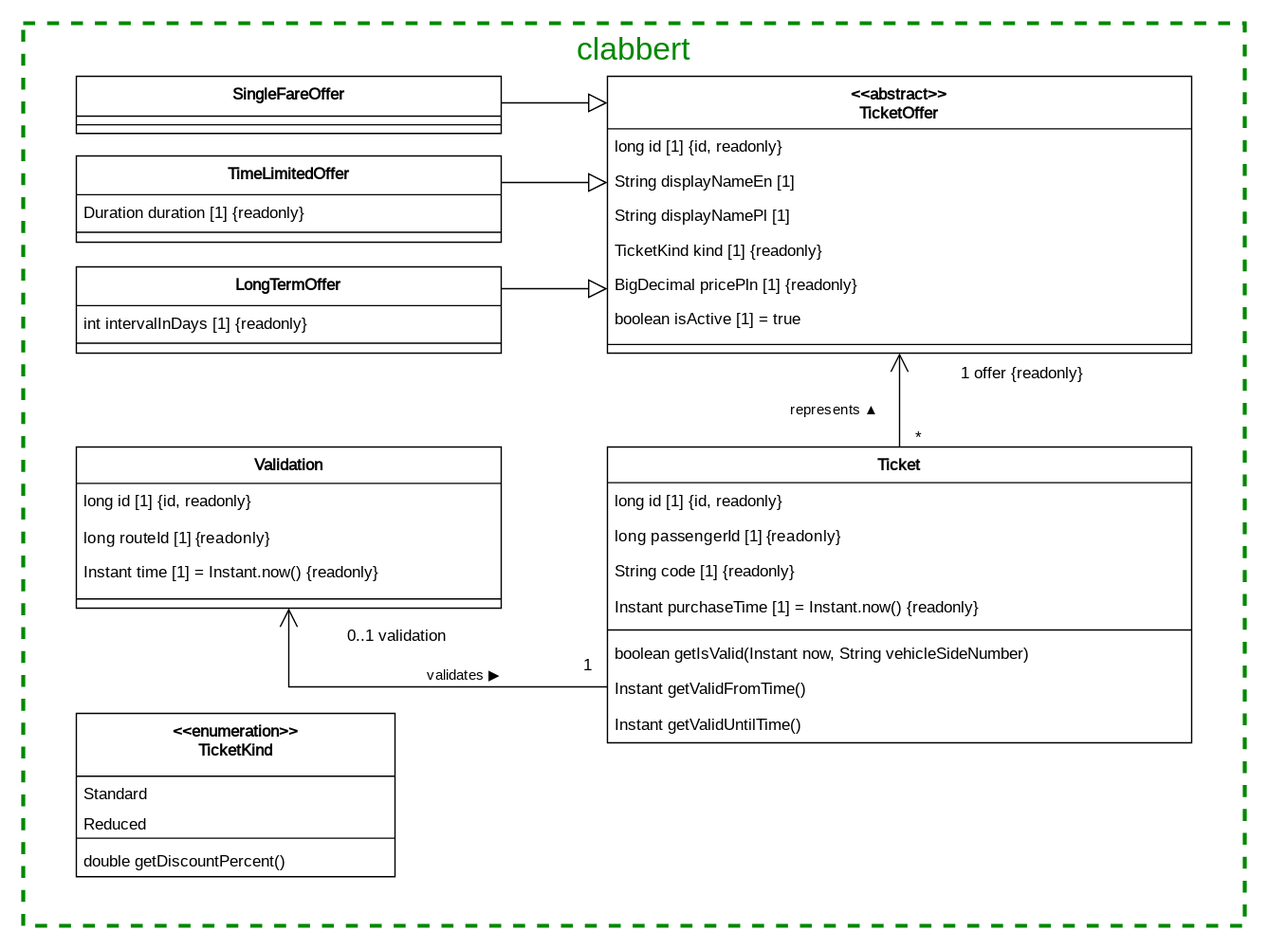
Earlier version of the draw.io export documentation/course/e2/images/class-diagram-clabbert.drawio.svg (PWR-ACS-SE-24/SoftwareSystemDesign). Source tidied: cells renumbered, new cells last; positions are measured from the earlier drawing's top-left corner, leaving out a move shared by most shapes.
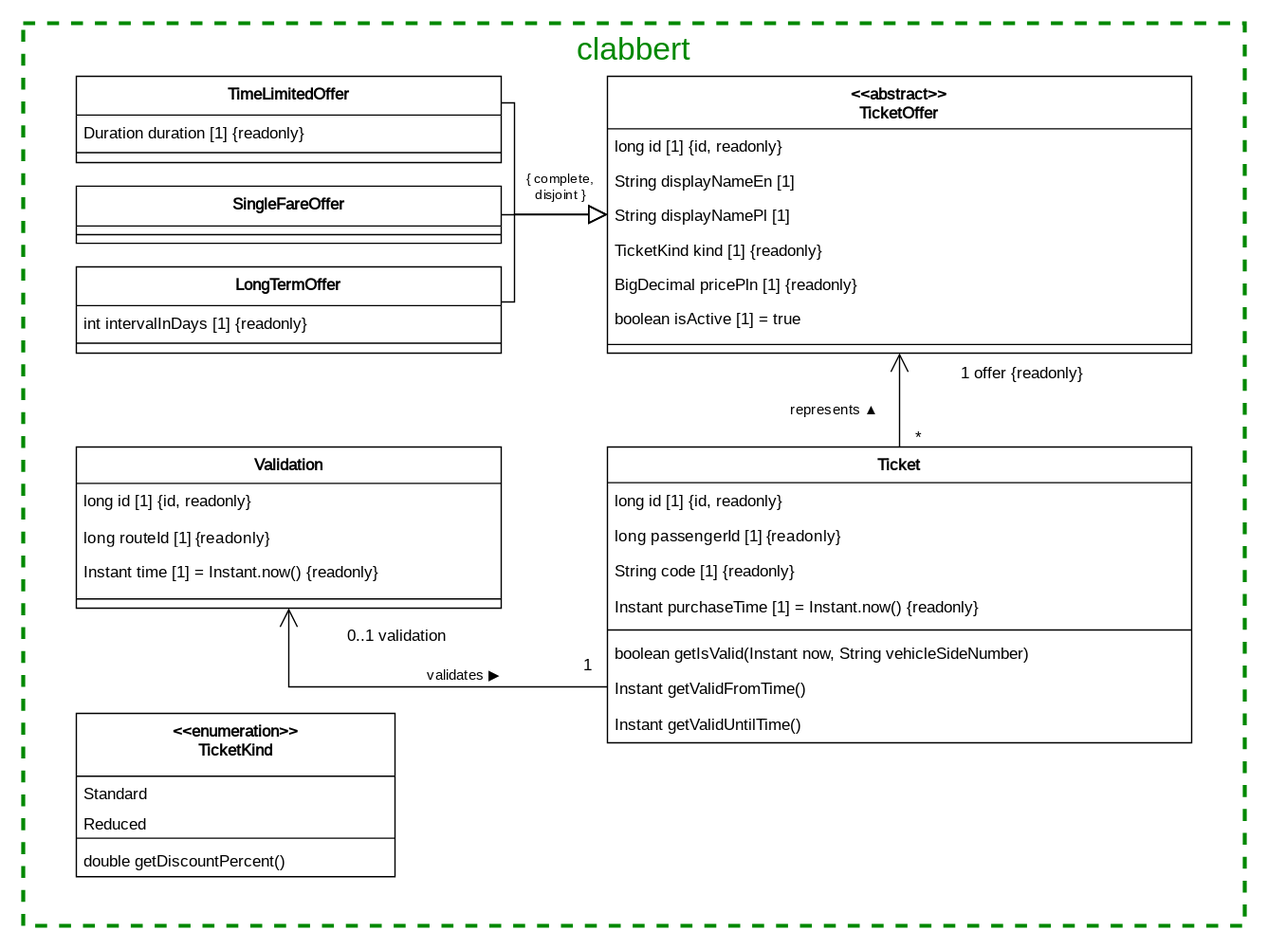
Above is the later version.

Change to the diagram source:
```diff
@@ -8,8 +8,8 @@
     <mxCell id="3" style="edgeStyle=orthogonalEdgeStyle;rounded=0;jettySize=auto;html=1;endArrow=block;endFill=0;endSize=12;" parent="1" edge="1" source="4" target="23">
       <mxGeometry relative="1" as="geometry">
         <Array as="points">
-          <mxPoint x="400" y="200" />
-          <mxPoint x="400" y="200" />
+          <mxPoint x="370" y="210" />
+          <mxPoint x="370" y="144" />
         </Array>
       </mxGeometry>
     </mxCell>
@@ -25,13 +25,13 @@
     <mxCell id="7" style="edgeStyle=orthogonalEdgeStyle;rounded=0;jettySize=auto;html=1;endArrow=block;endFill=0;endSize=12;" parent="1" edge="1" source="8" target="23">
       <mxGeometry relative="1" as="geometry">
         <Array as="points">
-          <mxPoint x="400" y="60" />
-          <mxPoint x="400" y="60" />
+          <mxPoint x="420" y="144" />
+          <mxPoint x="420" y="144" />
         </Array>
       </mxGeometry>
     </mxCell>
     <mxCell id="8" value="SingleFareOffer" style="swimlane;fontStyle=1;align=center;verticalAlign=top;horizontal=1;startSize=30;fontFamily=JetBrains Mono;fontSource=https%3A%2F%2Ffonts.googleapis.com%2Fcss%3Ffamily%3DJetBrains%2BMono;" parent="1" vertex="1">
-      <mxGeometry x="40" y="40" width="320" height="43" as="geometry" />
+      <mxGeometry x="40" y="122.8" width="320" height="43" as="geometry" />
     </mxCell>
     <mxCell id="9" style="line;strokeWidth=1;fillColor=none;align=left;verticalAlign=middle;spacingTop=-1;spacingLeft=3;spacingRight=3;labelPosition=right;strokeColor=inherit;fontFamily=JetBrains Mono;fontStyle=0;fontSource=https%3A%2F%2Ffonts.googleapis.com%2Fcss%3Ffamily%3DJetBrains%2BMono;" parent="8" vertex="1">
       <mxGeometry y="30" width="320" height="13" as="geometry" />
@@ -66,13 +66,13 @@
     <mxCell id="19" style="edgeStyle=orthogonalEdgeStyle;rounded=0;jettySize=auto;html=1;endArrow=block;endFill=0;endSize=12;" parent="1" edge="1" source="20" target="23">
       <mxGeometry relative="1" as="geometry">
         <Array as="points">
-          <mxPoint x="400" y="120" />
-          <mxPoint x="400" y="120" />
+          <mxPoint x="370" y="60" />
+          <mxPoint x="370" y="144" />
         </Array>
       </mxGeometry>
     </mxCell>
     <mxCell id="20" value="TimeLimitedOffer" style="swimlane;fontStyle=1;align=center;verticalAlign=top;horizontal=1;startSize=29.2;fontFamily=JetBrains Mono;fontSource=https%3A%2F%2Ffonts.googleapis.com%2Fcss%3Ffamily%3DJetBrains%2BMono;" parent="1" vertex="1">
-      <mxGeometry x="40" y="100" width="320" height="65" as="geometry" />
+      <mxGeometry x="40" y="40" width="320" height="65" as="geometry" />
     </mxCell>
     <mxCell id="21" value="Duration duration [1] {readonly}" style="text;strokeColor=none;fillColor=none;align=left;verticalAlign=top;spacingLeft=4;spacingRight=4;overflow=hidden;fontFamily=JetBrains Mono;fontStyle=0;fontSource=https%3A%2F%2Ffonts.googleapis.com%2Fcss%3Ffamily%3DJetBrains%2BMono;" parent="20" vertex="1">
       <mxGeometry y="29.2" width="320" height="20.8" as="geometry" />
@@ -183,5 +183,8 @@
     <mxCell id="49" value="&lt;font color=&quot;#008800&quot;&gt;clabbert&lt;/font&gt;" style="text;html=1;align=center;verticalAlign=middle;whiteSpace=wrap;rounded=0;fillColor=none;strokeColor=none;fontColor=#009900;fontSize=24;" parent="1" vertex="1">
       <mxGeometry width="920" height="40" as="geometry" />
     </mxCell>
+    <mxCell id="50" value="&lt;font face=&quot;JetBrains Mono&quot;&gt;{ complete,&lt;/font&gt;&lt;div&gt;&lt;font face=&quot;JetBrains Mono&quot;&gt;disjoint }&lt;/font&gt;&lt;/div&gt;" style="text;html=1;align=center;verticalAlign=middle;whiteSpace=wrap;rounded=0;fontSize=10;" parent="1" vertex="1">
+      <mxGeometry x="370" y="105" width="70" height="35" as="geometry" />
+    </mxCell>
   </root>
 </mxGraphModel>
```
